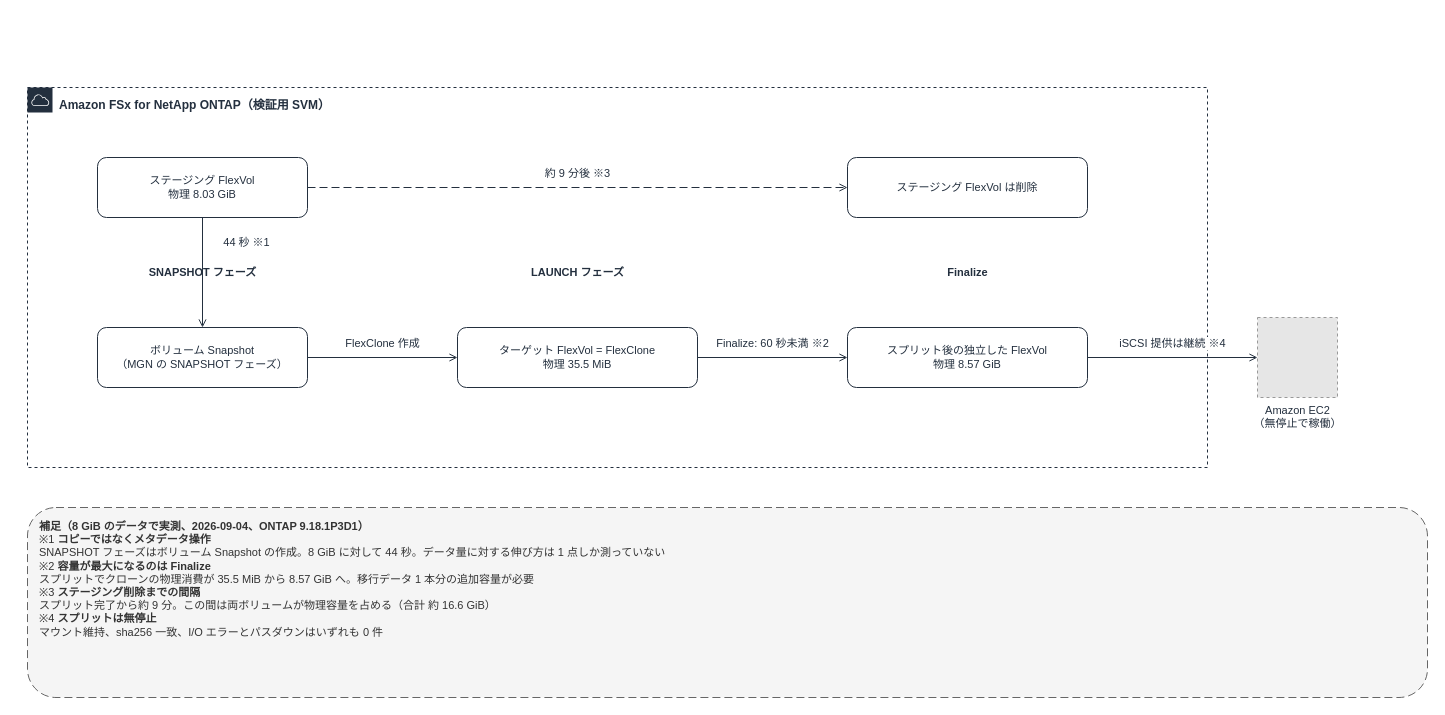
Above: docs/_assets/diagrams/atx-fsxn-finalize-flexclone.drawio in Yoshiki0705/vmware-migration-ec2-ontap (draw.io), before the change. Source tidied: cells renumbered, new cells numbered last; positions are measured from the earlier drawing's top-left corner, leaving out a move shared by most shapes. Both pictures are drawn from the tidied source at 100%, with x=0, y=0 at pixel (27, 87). Pictures stored in the file or linked from it are replaced by grey dashed boxes.
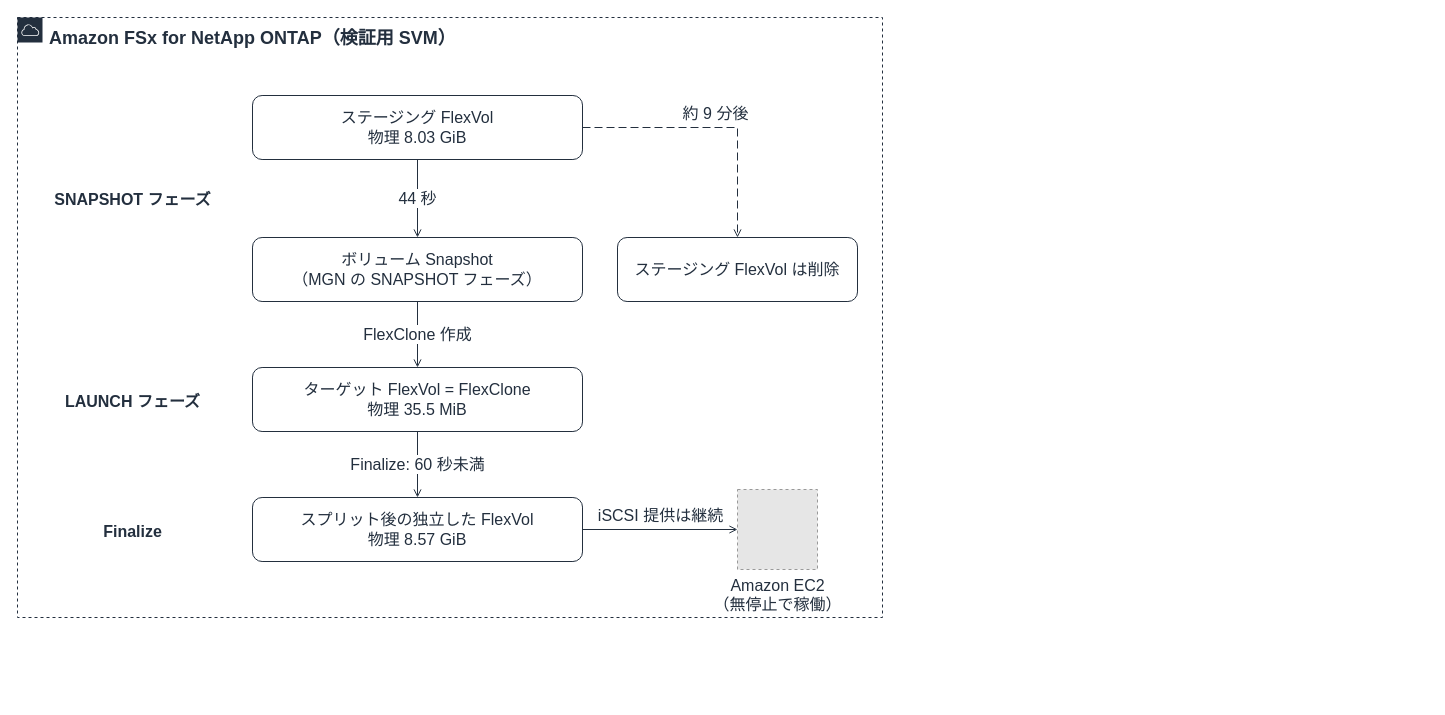
Above is the later version.

The edit, as a diff of the source:
```diff
@@
-    <mxCell id="2" value="Amazon FSx for NetApp ONTAP（検証用 SVM）" style="gradientColor=none;html=1;whiteSpace=wrap;fontSize=12;fontStyle=1;fontColor=#232F3E;shape=mxgraph.aws4.group;grIcon=mxgraph.aws4.group_aws_cloud;strokeColor=#232F3E;fillColor=none;verticalAlign=top;align=left;spacingLeft=30;spacingTop=4;dashed=1;" parent="1" vertex="1">
-      <mxGeometry width="1180" height="380" as="geometry" />
+    <mxCell id="2" value="Amazon FSx for NetApp ONTAP（検証用 SVM）" style="gradientColor=none;html=1;whiteSpace=wrap;fontSize=18;fontStyle=1;fontColor=#232F3E;shape=mxgraph.aws4.group;grIcon=mxgraph.aws4.group_aws_cloud;strokeColor=#232F3E;fillColor=none;verticalAlign=top;align=left;spacingLeft=30;spacingTop=4;dashed=1;" parent="1" vertex="1">
+      <mxGeometry x="-10" y="-70" width="865" height="600" as="geometry" />
     </mxCell>
-    <mxCell id="3" value="ステージング FlexVol&#10;物理 8.03 GiB" style="rounded=1;whiteSpace=wrap;html=1;strokeColor=#232F3E;fillColor=none;fontColor=#232F3E;fontSize=11;verticalAlign=middle;align=center;" parent="1" vertex="1">
-      <mxGeometry x="70" y="70" width="210" height="60" as="geometry" />
+    <mxCell id="3" value="ステージング FlexVol&#10;物理 8.03 GiB" style="rounded=1;whiteSpace=wrap;html=1;strokeColor=#232F3E;fillColor=none;fontColor=#232F3E;fontSize=16;verticalAlign=middle;align=center;" parent="1" vertex="1">
+      <mxGeometry x="225" y="8" width="330" height="64" as="geometry" />
     </mxCell>
-    <mxCell id="4" value="ボリューム Snapshot&#10;（MGN の SNAPSHOT フェーズ）" style="rounded=1;whiteSpace=wrap;html=1;strokeColor=#232F3E;fillColor=none;fontColor=#232F3E;fontSize=11;verticalAlign=middle;align=center;" parent="1" vertex="1">
-      <mxGeometry x="70" y="240" width="210" height="60" as="geometry" />
+    <mxCell id="4" value="ボリューム Snapshot&#10;（MGN の SNAPSHOT フェーズ）" style="rounded=1;whiteSpace=wrap;html=1;strokeColor=#232F3E;fillColor=none;fontColor=#232F3E;fontSize=16;verticalAlign=middle;align=center;" parent="1" vertex="1">
+      <mxGeometry x="225" y="150" width="330" height="64" as="geometry" />
     </mxCell>
-    <mxCell id="5" value="ターゲット FlexVol = FlexClone&#10;物理 35.5 MiB" style="rounded=1;whiteSpace=wrap;html=1;strokeColor=#232F3E;fillColor=none;fontColor=#232F3E;fontSize=11;verticalAlign=middle;align=center;" parent="1" vertex="1">
-      <mxGeometry x="430" y="240" width="240" height="60" as="geometry" />
+    <mxCell id="5" value="ターゲット FlexVol = FlexClone&#10;物理 35.5 MiB" style="rounded=1;whiteSpace=wrap;html=1;strokeColor=#232F3E;fillColor=none;fontColor=#232F3E;fontSize=16;verticalAlign=middle;align=center;" parent="1" vertex="1">
+      <mxGeometry x="225" y="280" width="330" height="64" as="geometry" />
     </mxCell>
-    <mxCell id="6" value="スプリット後の独立した FlexVol&#10;物理 8.57 GiB" style="rounded=1;whiteSpace=wrap;html=1;strokeColor=#232F3E;fillColor=none;fontColor=#232F3E;fontSize=11;verticalAlign=middle;align=center;" parent="1" vertex="1">
-      <mxGeometry x="820" y="240" width="240" height="60" as="geometry" />
+    <mxCell id="6" value="スプリット後の独立した FlexVol&#10;物理 8.57 GiB" style="rounded=1;whiteSpace=wrap;html=1;strokeColor=#232F3E;fillColor=none;fontColor=#232F3E;fontSize=16;verticalAlign=middle;align=center;" parent="1" vertex="1">
+      <mxGeometry x="225" y="410" width="330" height="64" as="geometry" />
     </mxCell>
-    <mxCell id="7" value="ステージング FlexVol は削除" style="rounded=1;whiteSpace=wrap;html=1;strokeColor=#232F3E;fillColor=none;fontColor=#232F3E;fontSize=11;verticalAlign=middle;align=center;" parent="1" vertex="1">
-      <mxGeometry x="820" y="70" width="240" height="60" as="geometry" />
+    <mxCell id="7" value="ステージング FlexVol は削除" style="rounded=1;whiteSpace=wrap;html=1;strokeColor=#232F3E;fillColor=none;fontColor=#232F3E;fontSize=16;verticalAlign=middle;align=center;" parent="1" vertex="1">
+      <mxGeometry x="590" y="150" width="240" height="64" as="geometry" />
     </mxCell>
-    <mxCell id="8" value="SNAPSHOT フェーズ" style="text;html=1;strokeColor=none;fillColor=none;align=center;verticalAlign=middle;fontSize=11;fontStyle=1;fontColor=#232F3E;" parent="1" vertex="1">
-      <mxGeometry x="50" y="170" width="250" height="30" as="geometry" />
+    <mxCell id="8" value="SNAPSHOT フェーズ" style="text;html=1;strokeColor=none;fillColor=none;align=center;verticalAlign=middle;fontSize=16;fontStyle=1;fontColor=#232F3E;" parent="1" vertex="1">
+      <mxGeometry x="5" y="88" width="200" height="48" as="geometry" />
     </mxCell>
-    <mxCell id="9" value="LAUNCH フェーズ" style="text;html=1;strokeColor=none;fillColor=none;align=center;verticalAlign=middle;fontSize=11;fontStyle=1;fontColor=#232F3E;" parent="1" vertex="1">
-      <mxGeometry x="410" y="170" width="280" height="30" as="geometry" />
+    <mxCell id="9" value="LAUNCH フェーズ" style="text;html=1;strokeColor=none;fillColor=none;align=center;verticalAlign=middle;fontSize=16;fontStyle=1;fontColor=#232F3E;" parent="1" vertex="1">
+      <mxGeometry x="5" y="290" width="200" height="48" as="geometry" />
     </mxCell>
-    <mxCell id="10" value="Finalize" style="text;html=1;strokeColor=none;fillColor=none;align=center;verticalAlign=middle;fontSize=11;fontStyle=1;fontColor=#232F3E;" parent="1" vertex="1">
-      <mxGeometry x="800" y="170" width="280" height="30" as="geometry" />
+    <mxCell id="10" value="Finalize" style="text;html=1;strokeColor=none;fillColor=none;align=center;verticalAlign=middle;fontSize=16;fontStyle=1;fontColor=#232F3E;" parent="1" vertex="1">
+      <mxGeometry x="5" y="420" width="200" height="48" as="geometry" />
     </mxCell>
-    <mxCell id="11" value="Amazon EC2&#10;（無停止で稼働）" style="fillColor=#E6E6E6;strokeColor=#999999;dashed=1;html=1;verticalLabelPosition=bottom;verticalAlign=top;labelPosition=center;align=center;fontSize=11;fontColor=#232F3E;" parent="1" vertex="1">
-      <mxGeometry x="1230" y="230" width="80" height="80" as="geometry" />
+    <mxCell id="11" value="Amazon EC2&#10;（無停止で稼働）" style="fillColor=#E6E6E6;strokeColor=#999999;dashed=1;html=1;verticalLabelPosition=bottom;verticalAlign=top;labelPosition=center;align=center;fontSize=16;fontColor=#232F3E;" parent="1" vertex="1">
+      <mxGeometry x="710" y="402" width="80" height="80" as="geometry" />
     </mxCell>
-    <mxCell id="12" value="44 秒 ※1" style="edgeStyle=orthogonalEdgeStyle;rounded=0;html=1;endArrow=open;endFill=0;strokeColor=#232F3E;strokeWidth=1;fontSize=11;fontColor=#232F3E;labelBackgroundColor=#FFFFFF;exitX=0.5;exitY=1;exitDx=0;exitDy=0;entryX=0.5;entryY=0;entryDx=0;entryDy=0;" parent="1" edge="1" source="3" target="4">
-      <mxGeometry x="-0.55" relative="1" as="geometry">
-        <mxPoint x="44" as="offset" />
-      </mxGeometry>
+    <mxCell id="12" value="44 秒" style="edgeStyle=orthogonalEdgeStyle;rounded=0;html=1;endArrow=open;endFill=0;strokeColor=#232F3E;strokeWidth=1;fontSize=16;fontColor=#232F3E;labelBackgroundColor=#FFFFFF;exitX=0.5;exitY=1;exitDx=0;exitDy=0;entryX=0.5;entryY=0;entryDx=0;entryDy=0;" parent="1" edge="1" source="3" target="4">
+      <mxGeometry relative="1" as="geometry" />
     </mxCell>
-    <mxCell id="13" value="FlexClone 作成" style="edgeStyle=orthogonalEdgeStyle;rounded=0;html=1;endArrow=open;endFill=0;strokeColor=#232F3E;strokeWidth=1;fontSize=11;fontColor=#232F3E;labelBackgroundColor=#FFFFFF;exitX=1;exitY=0.5;exitDx=0;exitDy=0;entryX=0;entryY=0.5;entryDx=0;entryDy=0;" parent="1" edge="1" source="4" target="5">
-      <mxGeometry relative="1" as="geometry">
-        <mxPoint y="-14" as="offset" />
-      </mxGeometry>
+    <mxCell id="13" value="FlexClone 作成" style="edgeStyle=orthogonalEdgeStyle;rounded=0;html=1;endArrow=open;endFill=0;strokeColor=#232F3E;strokeWidth=1;fontSize=16;fontColor=#232F3E;labelBackgroundColor=#FFFFFF;exitX=0.5;exitY=1;exitDx=0;exitDy=0;entryX=0.5;entryY=0;entryDx=0;entryDy=0;" parent="1" edge="1" source="4" target="5">
+      <mxGeometry relative="1" as="geometry" />
     </mxCell>
-    <mxCell id="14" value="Finalize: 60 秒未満 ※2" style="edgeStyle=orthogonalEdgeStyle;rounded=0;html=1;endArrow=open;endFill=0;strokeColor=#232F3E;strokeWidth=1;fontSize=11;fontColor=#232F3E;labelBackgroundColor=#FFFFFF;exitX=1;exitY=0.5;exitDx=0;exitDy=0;entryX=0;entryY=0.5;entryDx=0;entryDy=0;" parent="1" edge="1" source="5" target="6">
-      <mxGeometry relative="1" as="geometry">
-        <mxPoint y="-14" as="offset" />
-      </mxGeometry>
+    <mxCell id="14" value="Finalize: 60 秒未満" style="edgeStyle=orthogonalEdgeStyle;rounded=0;html=1;endArrow=open;endFill=0;strokeColor=#232F3E;strokeWidth=1;fontSize=16;fontColor=#232F3E;labelBackgroundColor=#FFFFFF;exitX=0.5;exitY=1;exitDx=0;exitDy=0;entryX=0.5;entryY=0;entryDx=0;entryDy=0;" parent="1" edge="1" source="5" target="6">
+      <mxGeometry relative="1" as="geometry" />
     </mxCell>
-    <mxCell id="15" value="約 9 分後 ※3" style="edgeStyle=orthogonalEdgeStyle;rounded=0;html=1;endArrow=open;endFill=0;strokeColor=#232F3E;strokeWidth=1;fontSize=11;fontColor=#232F3E;labelBackgroundColor=#FFFFFF;exitX=1;exitY=0.5;exitDx=0;exitDy=0;entryX=0;entryY=0.5;entryDx=0;entryDy=0;dashed=1;dashPattern=8 4;" parent="1" edge="1" source="3" target="7">
+    <mxCell id="15" value="約 9 分後" style="edgeStyle=orthogonalEdgeStyle;rounded=0;html=1;endArrow=open;endFill=0;strokeColor=#232F3E;strokeWidth=1;fontSize=16;fontColor=#232F3E;labelBackgroundColor=#FFFFFF;exitX=1;exitY=0.5;exitDx=0;exitDy=0;entryX=0.5;entryY=0;entryDx=0;entryDy=0;dashed=1;dashPattern=8 4;" parent="1" edge="1" source="3" target="7">
       <mxGeometry relative="1" as="geometry">
         <mxPoint y="-14" as="offset" />
       </mxGeometry>
     </mxCell>
-    <mxCell id="16" value="iSCSI 提供は継続 ※4" style="edgeStyle=orthogonalEdgeStyle;rounded=0;html=1;endArrow=open;endFill=0;strokeColor=#232F3E;strokeWidth=1;fontSize=11;fontColor=#232F3E;labelBackgroundColor=#FFFFFF;exitX=1;exitY=0.5;exitDx=0;exitDy=0;entryX=0;entryY=0.5;entryDx=0;entryDy=0;" parent="1" edge="1" source="6" target="11">
+    <mxCell id="16" value="iSCSI 提供は継続" style="edgeStyle=orthogonalEdgeStyle;rounded=0;html=1;endArrow=open;endFill=0;strokeColor=#232F3E;strokeWidth=1;fontSize=16;fontColor=#232F3E;labelBackgroundColor=#FFFFFF;exitX=1;exitY=0.5;exitDx=0;exitDy=0;entryX=0;entryY=0.5;entryDx=0;entryDy=0;" parent="1" edge="1" source="6" target="11">
       <mxGeometry relative="1" as="geometry">
         <mxPoint y="-14" as="offset" />
       </mxGeometry>
     </mxCell>
-    <mxCell id="17" value="&lt;b&gt;補足（8 GiB のデータで実測、2026-09-04、ONTAP 9.18.1P3D1）&lt;/b&gt;&lt;br&gt;※1 &lt;b&gt;コピーではなくメタデータ操作&lt;/b&gt;&lt;br&gt;SNAPSHOT フェーズはボリューム Snapshot の作成。8 GiB に対して 44 秒。データ量に対する伸び方は 1 点しか測っていない&lt;br&gt;※2 &lt;b&gt;容量が最大になるのは Finalize&lt;/b&gt;&lt;br&gt;スプリットでクローンの物理消費が 35.5 MiB から 8.57 GiB へ。移行データ 1 本分の追加容量が必要&lt;br&gt;※3 &lt;b&gt;ステージング削除までの間隔&lt;/b&gt;&lt;br&gt;スプリット完了から約 9 分。この間は両ボリュームが物理容量を占める（合計 約 16.6 GiB）&lt;br&gt;※4 &lt;b&gt;スプリットは無停止&lt;/b&gt;&lt;br&gt;マウント維持、sha256 一致、I/O エラーとパスダウンはいずれも 0 件" style="rounded=1;whiteSpace=wrap;html=1;dashed=1;dashPattern=8 4;strokeColor=#666666;fillColor=#F5F5F5;fontColor=#333333;fontSize=11;align=left;verticalAlign=top;spacingLeft=10;spacingTop=6;" parent="1" vertex="1">
-      <mxGeometry y="420" width="1400" height="190" as="geometry" />
-    </mxCell>
```
